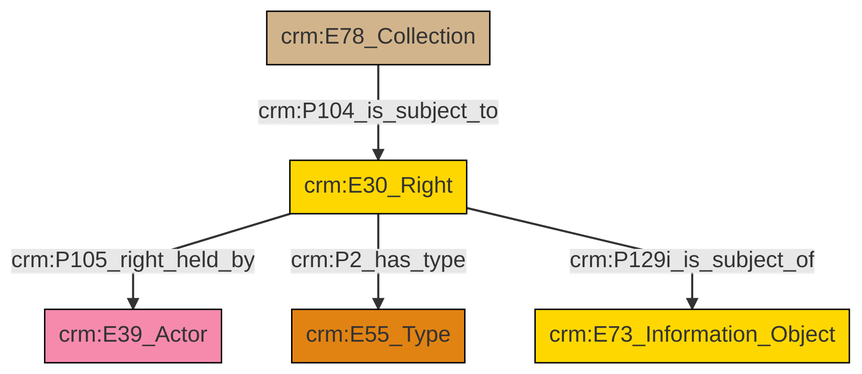
This is et/archivalCSV/ttl/mmd/png/archival_rights.png from swiss-art-research-net/docs.swissartresearch, a Mermaid export, as it was before one commit. Its source is kept beside it as et/archivalCSV/ttl/mmd/archival_rights.ttl.mmd.
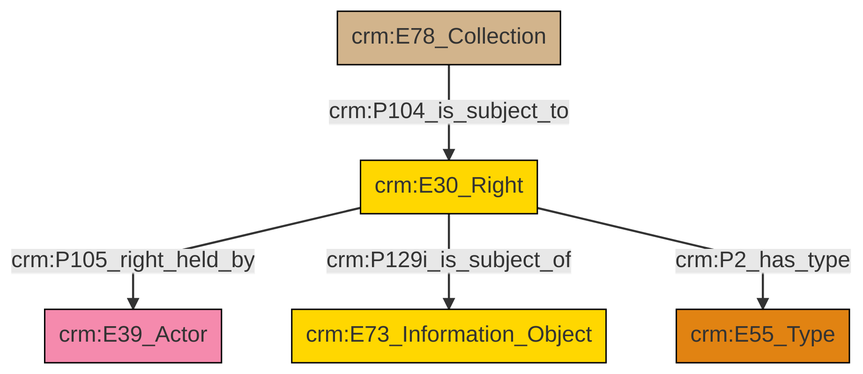
Later version of the same file.

The edit, as a diff of the source:
```diff
@@ -13,7 +13,7 @@
 classDef PC_Classes fill:#4ce600, stroke:#000000;
 classDef Multi fill:#cccccc,stroke:#000000;
 
-0["crm:E78_Collection"]:::Physical_Thing -->|crm:P104_is_subject_to| 2["crm:E30_Right"]:::Conceptual_Object
-2["crm:E30_Right"]:::Conceptual_Object -->|crm:P105_right_held_by| 3["crm:E39_Actor"]:::Actor
-2["crm:E30_Right"]:::Conceptual_Object -->|crm:P2_has_type| 8["crm:E55_Type"]:::Type
-2["crm:E30_Right"]:::Conceptual_Object -->|crm:P129i_is_subject_of| 6["crm:E73_Information_Object"]:::Conceptual_Object
+0["crm:E30_Right"]:::Conceptual_Object -->|crm:P105_right_held_by| 1["crm:E39_Actor"]:::Actor
+0["crm:E30_Right"]:::Conceptual_Object -->|crm:P129i_is_subject_of| 3["crm:E73_Information_Object"]:::Conceptual_Object
+4["crm:E78_Collection"]:::Physical_Thing -->|crm:P104_is_subject_to| 0["crm:E30_Right"]:::Conceptual_Object
+0["crm:E30_Right"]:::Conceptual_Object -->|crm:P2_has_type| 7["crm:E55_Type"]:::Type
```
